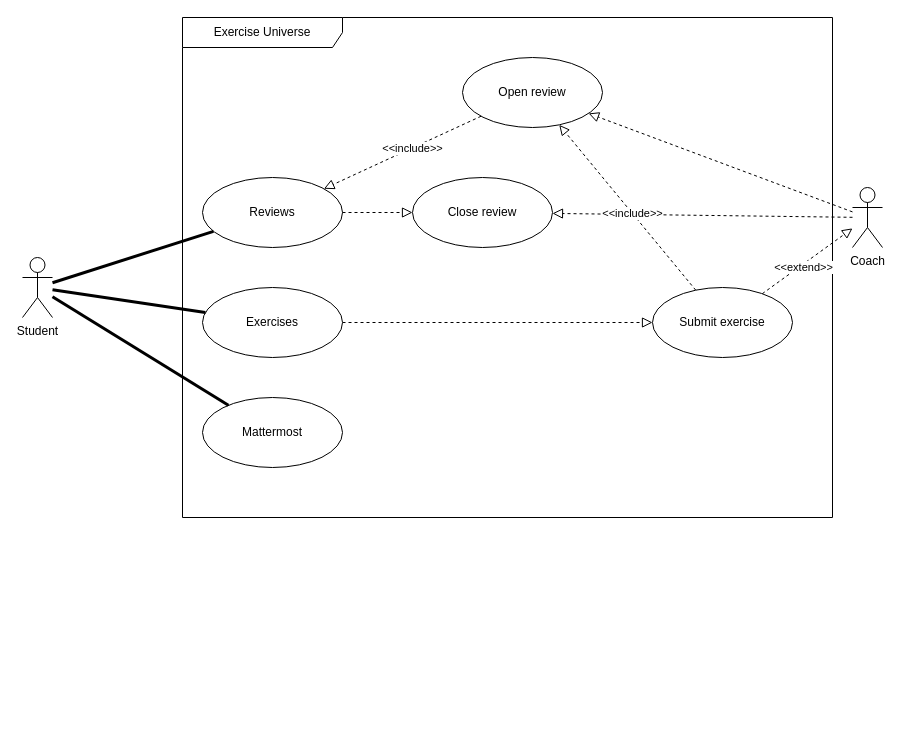
This is Untitled Diagram.drawio from fabiantjuhh/fabiantjuhh, a draw.io file, before an edit. Source tidied: cells renumbered, new cells numbered last; positions are measured from the earlier drawing's top-left corner, leaving out a move shared by most shapes. Both pictures are drawn from the tidied source at 100%, with x=0, y=0 at pixel (22, 17).
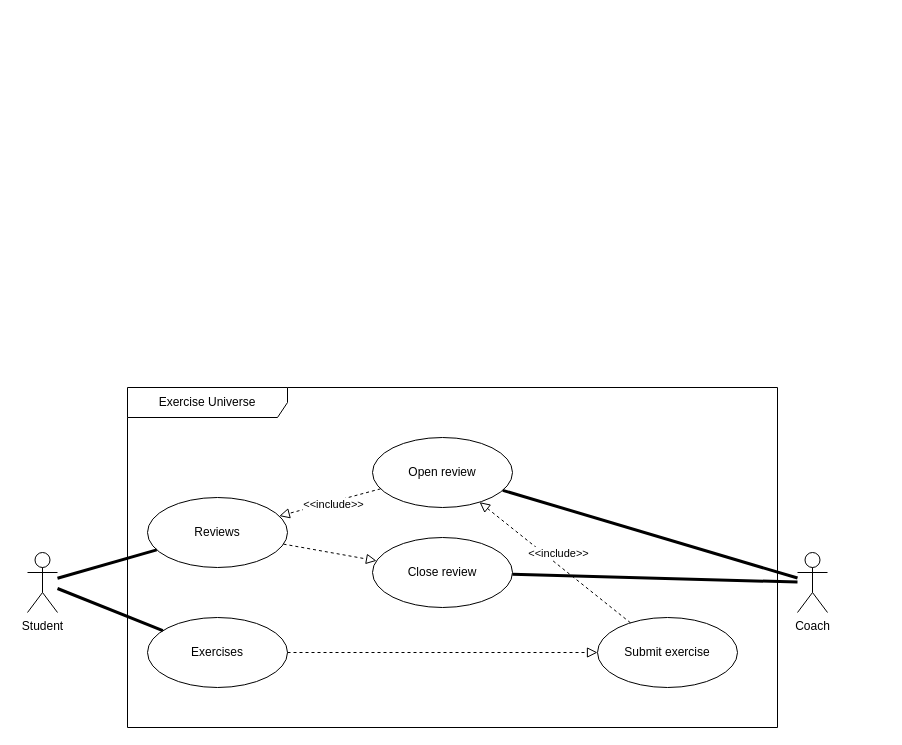
The same diagram, later.

Diff of the diagram source:
```diff
@@
     <mxCell id="2" value="Student" style="shape=umlActor;verticalLabelPosition=bottom;verticalAlign=top;html=1;" parent="1" vertex="1">
-      <mxGeometry y="240" width="30" height="60" as="geometry" />
+      <mxGeometry x="5" y="535" width="30" height="60" as="geometry" />
     </mxCell>
+    <mxCell id="8" value="Coach" style="shape=umlActor;verticalLabelPosition=bottom;verticalAlign=top;html=1;" parent="1" vertex="1">
+      <mxGeometry x="775" y="535" width="30" height="60" as="geometry" />
+    </mxCell>
+    <mxCell id="16" value="Exercise Universe" style="shape=umlFrame;whiteSpace=wrap;html=1;width=160;" parent="1" vertex="1">
+      <mxGeometry x="105" y="370" width="650" height="340" as="geometry" />
+    </mxCell>
+    <mxCell id="18" value="Exercises" style="ellipse;whiteSpace=wrap;html=1;" parent="16" vertex="1">
+      <mxGeometry x="20" y="230" width="140" height="70" as="geometry" />
+    </mxCell>
-    <mxCell id="3" value="Reviews" style="ellipse;whiteSpace=wrap;html=1;" parent="1" vertex="1">
-      <mxGeometry x="180" y="160" width="140" height="70" as="geometry" />
+    <mxCell id="3" value="Reviews" style="ellipse;whiteSpace=wrap;html=1;" parent="16" vertex="1">
+      <mxGeometry x="20" y="110" width="140" height="70" as="geometry" />
     </mxCell>
+    <mxCell id="7" value="&lt;div&gt;Close review&lt;/div&gt;" style="ellipse;whiteSpace=wrap;html=1;" parent="16" vertex="1">
+      <mxGeometry x="245" y="150" width="140" height="70" as="geometry" />
+    </mxCell>
+    <mxCell id="6" style="endArrow=block;startArrow=none;endFill=0;startFill=0;endSize=8;html=1;verticalAlign=bottom;dashed=1;labelBackgroundColor=none;rounded=0;" parent="16" edge="1" source="3" target="7">
+      <mxGeometry relative="1" as="geometry" />
+    </mxCell>
-    <mxCell id="4" value="Open review" style="ellipse;whiteSpace=wrap;html=1;" parent="1" vertex="1">
-      <mxGeometry x="440" y="40" width="140" height="70" as="geometry" />
+    <mxCell id="4" value="Open review" style="ellipse;whiteSpace=wrap;html=1;" parent="16" vertex="1">
+      <mxGeometry x="245" y="50" width="140" height="70" as="geometry" />
     </mxCell>
-    <mxCell id="5" style="endArrow=block;startArrow=none;endFill=0;startFill=0;endSize=8;html=1;verticalAlign=bottom;dashed=1;labelBackgroundColor=none;rounded=0;" parent="1" edge="1" source="8" target="4">
-      <mxGeometry relative="1" as="geometry" />
-    </mxCell>
-    <mxCell id="6" style="endArrow=block;startArrow=none;endFill=0;startFill=0;endSize=8;html=1;verticalAlign=bottom;dashed=1;labelBackgroundColor=none;rounded=0;" parent="1" edge="1" source="3">
-      <mxGeometry relative="1" as="geometry">
-        <mxPoint x="390" y="195" as="targetPoint" />
-      </mxGeometry>
-    </mxCell>
-    <mxCell id="7" value="&lt;div&gt;Close review&lt;/div&gt;" style="ellipse;whiteSpace=wrap;html=1;" parent="1" vertex="1">
-      <mxGeometry x="390" y="160" width="140" height="70" as="geometry" />
-    </mxCell>
-    <mxCell id="8" value="Coach" style="shape=umlActor;verticalLabelPosition=bottom;verticalAlign=top;html=1;" parent="1" vertex="1">
-      <mxGeometry x="830" y="170" width="30" height="60" as="geometry" />
-    </mxCell>
-    <mxCell id="9" style="endArrow=block;startArrow=none;endFill=0;startFill=0;endSize=8;html=1;verticalAlign=bottom;dashed=1;labelBackgroundColor=none;rounded=0;" parent="1" edge="1" source="8" target="7">
-      <mxGeometry relative="1" as="geometry" />
-    </mxCell>
+    <mxCell id="14" style="endArrow=block;startArrow=none;endFill=0;startFill=0;endSize=8;html=1;verticalAlign=bottom;dashed=1;labelBackgroundColor=none;rounded=0;" parent="16" edge="1" source="4" target="3">
+      <mxGeometry relative="1" as="geometry" />
+    </mxCell>
+    <mxCell id="15" value="&amp;lt;&amp;lt;include&amp;gt;&amp;gt;" style="edgeLabel;html=1;align=center;verticalAlign=middle;" parent="14" vertex="1">
+      <mxGeometry x="-0.27" y="-1" relative="1" as="geometry">
+        <mxPoint x="-11" y="6" as="offset" />
+      </mxGeometry>
+    </mxCell>
+    <mxCell id="11" value="&lt;div&gt;Submit exercise&lt;/div&gt;" style="ellipse;whiteSpace=wrap;html=1;" parent="16" vertex="1">
+      <mxGeometry x="470" y="230" width="140" height="70" as="geometry" />
+    </mxCell>
-    <mxCell id="10" style="endArrow=block;startArrow=none;endFill=0;startFill=0;endSize=8;html=1;verticalAlign=bottom;dashed=1;labelBackgroundColor=none;rounded=0;" parent="1" edge="1" source="18" target="11">
+    <mxCell id="10" style="endArrow=block;startArrow=none;endFill=0;startFill=0;endSize=8;html=1;verticalAlign=bottom;dashed=1;labelBackgroundColor=none;rounded=0;" parent="16" edge="1" source="18" target="11">
       <mxGeometry relative="1" as="geometry" />
     </mxCell>
-    <mxCell id="11" value="&lt;div&gt;Submit exercise&lt;/div&gt;" style="ellipse;whiteSpace=wrap;html=1;" parent="1" vertex="1">
-      <mxGeometry x="630" y="270" width="140" height="70" as="geometry" />
-    </mxCell>
-    <mxCell id="12" style="endArrow=block;startArrow=none;endFill=0;startFill=0;endSize=8;html=1;verticalAlign=bottom;dashed=1;labelBackgroundColor=none;rounded=0;" parent="1" edge="1" source="11" target="4">
+    <mxCell id="12" style="endArrow=block;startArrow=none;endFill=0;startFill=0;endSize=8;html=1;verticalAlign=bottom;dashed=1;labelBackgroundColor=none;rounded=0;" parent="16" edge="1" source="11" target="4">
       <mxGeometry relative="1" as="geometry" />
     </mxCell>
     <mxCell id="13" value="&amp;lt;&amp;lt;include&amp;gt;&amp;gt;" style="edgeLabel;html=1;align=center;verticalAlign=middle;" parent="12" vertex="1">
       <mxGeometry x="-0.56" y="2" relative="1" as="geometry">
-        <mxPoint x="-32" y="-42" as="offset" />
+        <mxPoint x="-38" y="-45" as="offset" />
       </mxGeometry>
     </mxCell>
-    <mxCell id="14" style="endArrow=block;startArrow=none;endFill=0;startFill=0;endSize=8;html=1;verticalAlign=bottom;dashed=1;labelBackgroundColor=none;rounded=0;" parent="1" edge="1" source="4" target="3">
-      <mxGeometry relative="1" as="geometry" />
-    </mxCell>
-    <mxCell id="15" value="&amp;lt;&amp;lt;include&amp;gt;&amp;gt;" style="edgeLabel;html=1;align=center;verticalAlign=middle;" parent="14" vertex="1">
-      <mxGeometry x="-0.27" y="-1" relative="1" as="geometry">
-        <mxPoint x="-11" y="6" as="offset" />
-      </mxGeometry>
-    </mxCell>
-    <mxCell id="16" value="Exercise Universe" style="shape=umlFrame;whiteSpace=wrap;html=1;width=160;" parent="1" vertex="1">
-      <mxGeometry x="160" width="650" height="500" as="geometry" />
-    </mxCell>
-    <mxCell id="17" value="Mattermost" style="ellipse;whiteSpace=wrap;html=1;" parent="16" vertex="1">
-      <mxGeometry x="20" y="380" width="140" height="70" as="geometry" />
-    </mxCell>
-    <mxCell id="18" value="Exercises" style="ellipse;whiteSpace=wrap;html=1;" parent="16" vertex="1">
-      <mxGeometry x="20" y="270" width="140" height="70" as="geometry" />
-    </mxCell>
@@
+    <mxCell id="24" style="endArrow=none;startArrow=none;endFill=0;startFill=0;endSize=8;html=1;verticalAlign=bottom;labelBackgroundColor=none;strokeWidth=3;rounded=0;" parent="1" edge="1" source="2" target="3">
+      <mxGeometry relative="1" as="geometry" />
+    </mxCell>
-    <mxCell id="20" style="endArrow=none;startArrow=none;endFill=0;startFill=0;endSize=8;html=1;verticalAlign=bottom;labelBackgroundColor=none;strokeWidth=3;rounded=0;" parent="1" edge="1" source="2" target="3">
+    <mxCell id="20" style="endArrow=none;startArrow=none;endFill=0;startFill=0;endSize=8;html=1;verticalAlign=bottom;labelBackgroundColor=none;strokeWidth=3;rounded=0;" parent="1" edge="1" source="4" target="8">
       <mxGeometry relative="1" as="geometry" />
     </mxCell>
-    <mxCell id="21" style="endArrow=none;startArrow=none;endFill=0;startFill=0;endSize=8;html=1;verticalAlign=bottom;labelBackgroundColor=none;strokeWidth=3;rounded=0;" parent="1" edge="1" source="2" target="17">
-      <mxGeometry relative="1" as="geometry" />
-    </mxCell>
-    <mxCell id="22" style="endArrow=block;startArrow=none;endFill=0;startFill=0;endSize=8;html=1;verticalAlign=bottom;dashed=1;labelBackgroundColor=none;rounded=0;" parent="1" edge="1" source="11" target="8">
-      <mxGeometry relative="1" as="geometry" />
-    </mxCell>
-    <mxCell id="23" value="&amp;lt;&amp;lt;extend&amp;gt;&amp;gt;" style="edgeLabel;html=1;align=center;verticalAlign=middle;" parent="22" vertex="1">
-      <mxGeometry x="-0.27" y="1" relative="1" as="geometry">
-        <mxPoint x="8" y="-2" as="offset" />
-      </mxGeometry>
-    </mxCell>
+    <mxCell id="25" style="endArrow=none;startArrow=none;endFill=0;startFill=0;endSize=8;html=1;verticalAlign=bottom;labelBackgroundColor=none;strokeWidth=3;rounded=0;" parent="1" edge="1" source="7" target="8">
+      <mxGeometry relative="1" as="geometry" />
+    </mxCell>
```
